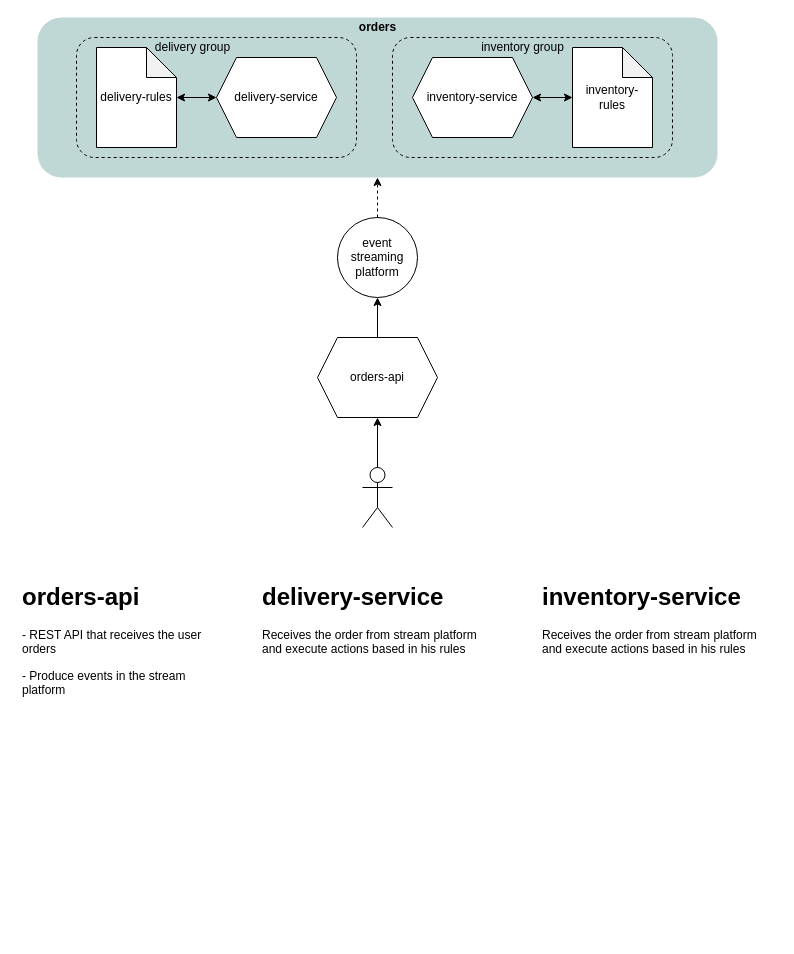
GustavoLent/e-commerce keeps this draw.io diagram as Untitled Diagram.drawio. Above is the earlier version. Source tidied: cells renumbered, new cells numbered last; positions are measured from the earlier drawing's top-left corner, leaving out a move shared by most shapes. Both pictures are drawn from the tidied source at 100%, with x=0, y=0 at pixel (17, 17).
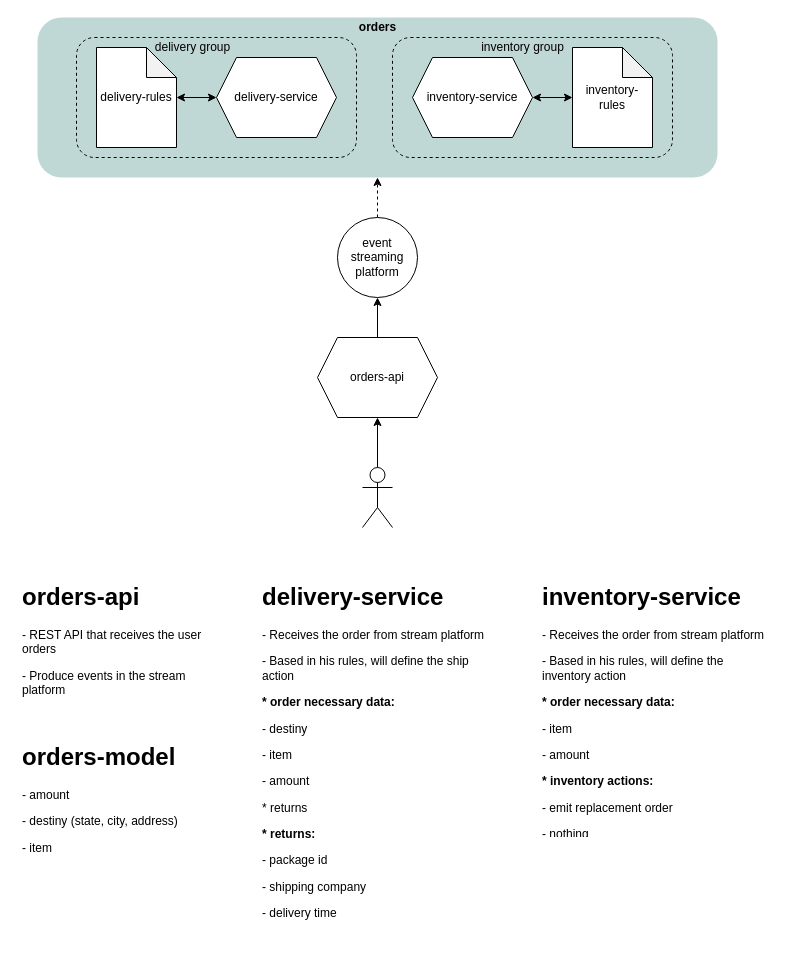
After the change.

What changed in the source:
```diff
@@
-    <mxCell id="9" value="&lt;h1&gt;delivery-service&lt;/h1&gt;&lt;p&gt;Receives the order from stream platform and execute actions based in his rules&lt;/p&gt;" style="text;html=1;strokeColor=none;fillColor=none;spacing=5;spacingTop=-20;whiteSpace=wrap;overflow=hidden;rounded=0;shadow=0;glass=0;dashed=1;sketch=0;" parent="1" vertex="1">
-      <mxGeometry x="240" y="560" width="240" height="120" as="geometry" />
+    <mxCell id="9" value="&lt;h1&gt;delivery-service&lt;/h1&gt;&lt;p&gt;- Receives the order from stream platform&lt;/p&gt;&lt;p&gt;- Based in his rules, will define the ship action&lt;/p&gt;&lt;p&gt;&lt;b&gt;* order necessary data:&lt;/b&gt;&lt;/p&gt;&lt;p&gt;- destiny&lt;/p&gt;&lt;p&gt;- item&lt;/p&gt;&lt;p&gt;- amount&lt;/p&gt;&lt;p&gt;* returns&lt;/p&gt;&lt;p&gt;&lt;b&gt;* returns:&lt;/b&gt;&lt;/p&gt;&lt;p&gt;- package id&lt;/p&gt;&lt;p&gt;- shipping company&lt;/p&gt;&lt;p&gt;- delivery time&lt;/p&gt;" style="text;html=1;strokeColor=none;fillColor=none;spacing=5;spacingTop=-20;whiteSpace=wrap;overflow=hidden;rounded=0;shadow=0;glass=0;dashed=1;sketch=0;" parent="1" vertex="1">
+      <mxGeometry x="240" y="560" width="240" height="360" as="geometry" />
     </mxCell>
-    <mxCell id="10" value="&lt;h1&gt;inventory-service&lt;/h1&gt;&lt;p&gt;Receives the order from stream platform and execute actions based in his rules&lt;br&gt;&lt;/p&gt;" style="text;html=1;strokeColor=none;fillColor=none;spacing=5;spacingTop=-20;whiteSpace=wrap;overflow=hidden;rounded=0;shadow=0;glass=0;dashed=1;sketch=0;" parent="1" vertex="1">
-      <mxGeometry x="520" y="560" width="240" height="120" as="geometry" />
+    <mxCell id="10" value="&lt;h1&gt;inventory-service&lt;/h1&gt;&lt;p&gt;- Receives the order from stream platform&lt;/p&gt;&lt;p&gt;- Based in his rules, will define the inventory action&lt;br&gt;&lt;/p&gt;&lt;p&gt;&lt;b&gt;* order necessary data:&lt;/b&gt;&lt;/p&gt;&lt;p&gt;- item&lt;/p&gt;&lt;p&gt;- amount&lt;/p&gt;&lt;p&gt;&lt;b&gt;* inventory actions:&lt;/b&gt;&lt;/p&gt;&lt;p&gt;- emit replacement order&lt;/p&gt;&lt;p&gt;- nothing&lt;/p&gt;" style="text;html=1;strokeColor=none;fillColor=none;spacing=5;spacingTop=-20;whiteSpace=wrap;overflow=hidden;rounded=0;shadow=0;glass=0;dashed=1;sketch=0;" parent="1" vertex="1">
+      <mxGeometry x="520" y="560" width="240" height="260" as="geometry" />
     </mxCell>
@@
+    <mxCell id="27" value="&lt;h1&gt;orders-model&lt;/h1&gt;&lt;p&gt;- amount&amp;nbsp;&lt;/p&gt;&lt;p&gt;- destiny (state, city, address)&lt;/p&gt;&lt;p&gt;- item&lt;/p&gt;" style="text;html=1;strokeColor=none;fillColor=none;spacing=5;spacingTop=-20;whiteSpace=wrap;overflow=hidden;rounded=0;shadow=0;glass=0;dashed=1;sketch=0;" parent="1" vertex="1">
+      <mxGeometry y="720" width="190" height="120" as="geometry" />
+    </mxCell>
```
